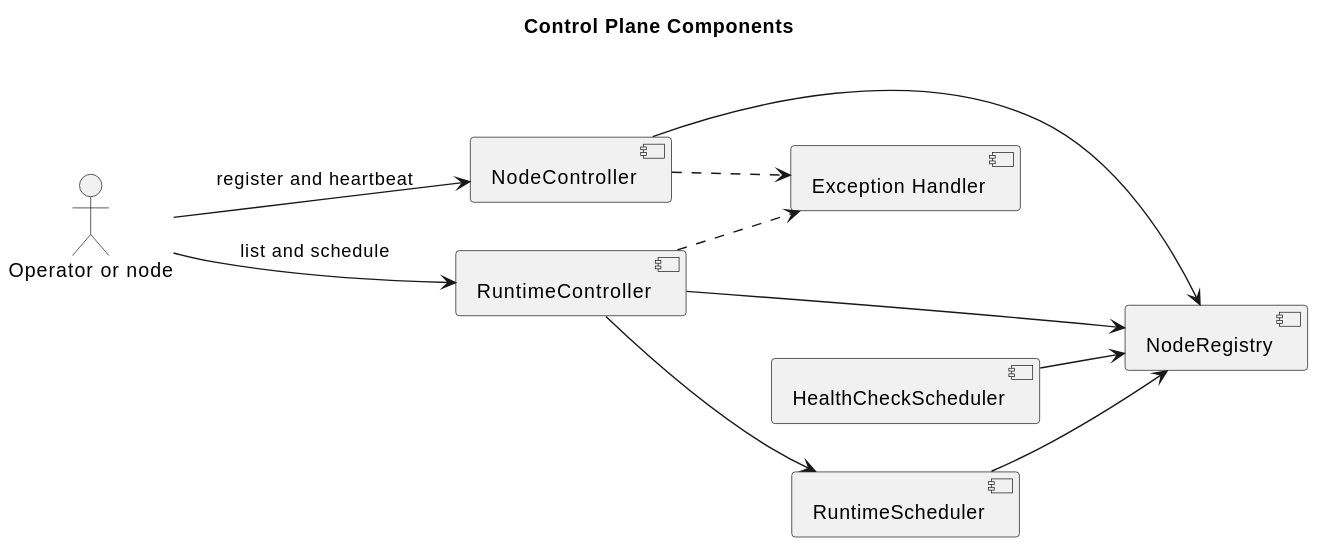
The PlantUML diagram docs/designs/control-plane/components.svg in 2862282695gjh-afk/pi-mono-java, before a commit. Source of this version:
```plantuml
@startuml
title Control Plane Components
left to right direction


actor "Operator or node" as Client
component "NodeController" as NodeApi
component "RuntimeController" as RuntimeApi
component "Exception Handler" as Errors
component "NodeRegistry" as Registry
component "HealthCheckScheduler" as Health
component "RuntimeScheduler" as Scheduler

Client --> NodeApi : register and heartbeat
Client --> RuntimeApi : list and schedule
NodeApi --> Registry
RuntimeApi --> Registry
RuntimeApi --> Scheduler
Scheduler --> Registry
Health --> Registry
NodeApi ..> Errors
RuntimeApi ..> Errors
@enduml
```
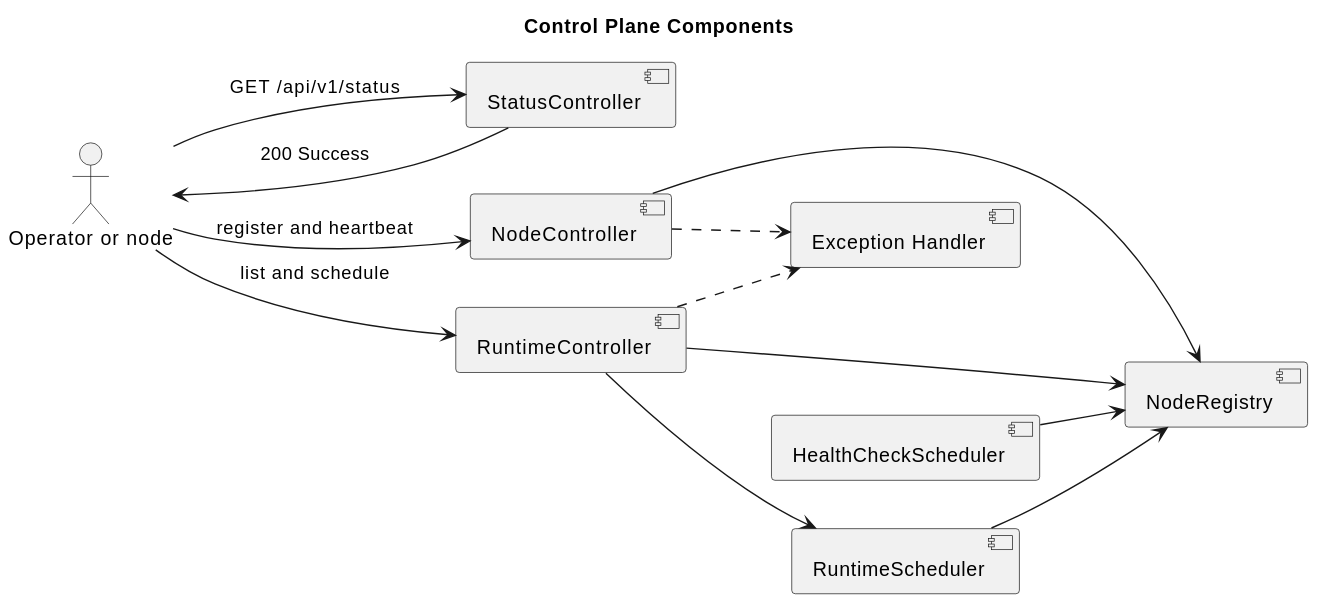
Above is the later version.

The edit, as a diff of the source:
```diff
@@ -4,6 +4,7 @@
 
 
 actor "Operator or node" as Client
+component "StatusController" as StatusApi
 component "NodeController" as NodeApi
 component "RuntimeController" as RuntimeApi
 component "Exception Handler" as Errors
@@ -11,6 +12,8 @@
 component "HealthCheckScheduler" as Health
 component "RuntimeScheduler" as Scheduler
 
+Client --> StatusApi : GET /api/v1/status
+StatusApi --> Client : 200 Success
 Client --> NodeApi : register and heartbeat
 Client --> RuntimeApi : list and schedule
 NodeApi --> Registry
```
